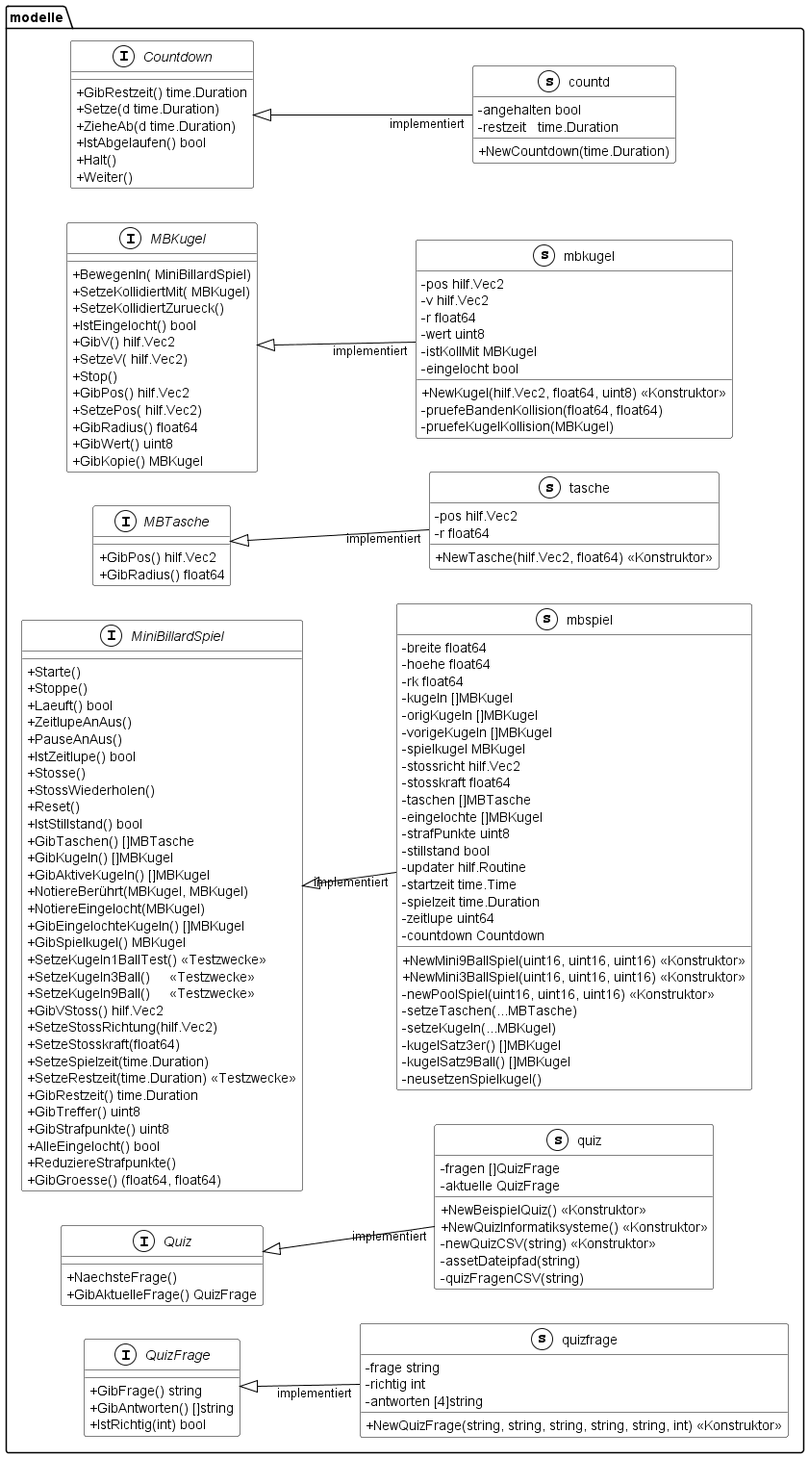
Fussbroich/lwb-SWP keeps this PlantUML diagram as documentation/UML/modelle.png. Above is the earlier version.
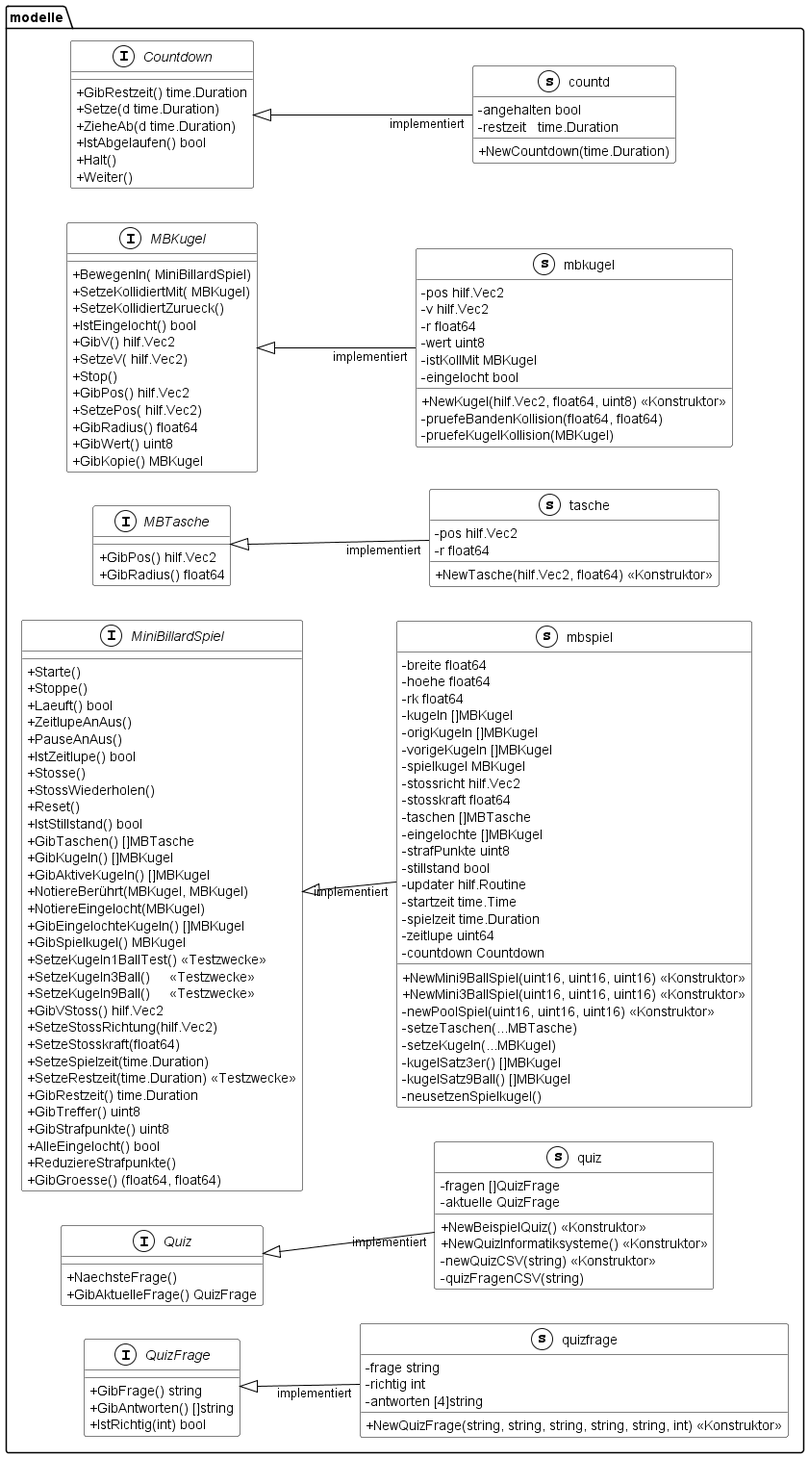
The same file after the commit.

Diff of the diagram source:
```diff
@@ -134,7 +134,6 @@
         + NewBeispielQuiz() << Konstruktor >>
         + NewQuizInformatiksysteme() << Konstruktor >>
         - newQuizCSV(string) << Konstruktor >>
-        - assetDateipfad(string)
         - quizFragenCSV(string)
     }
     class quizfrage << (s,White) >> {
```
